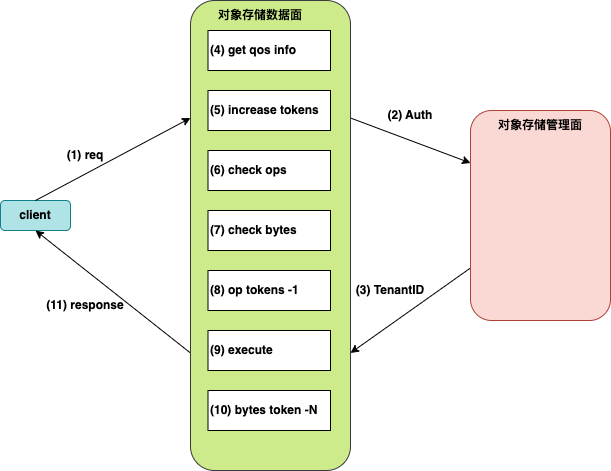
The draw.io diagram AOSS-2.0/对象存储 2.0-qos.drawio.png in SomXinBingKuang/pictures, before a commit. Source tidied: cells renumbered, new cells last; positions are measured from the earlier drawing's top-left corner, leaving out a move shared by most shapes. The source it was exported from:
```xml
<mxGraphModel>
  <root>
    <mxCell id="0" />
    <mxCell id="1" parent="0" />
    <mxCell id="2" value="client" style="rounded=1;whiteSpace=wrap;html=1;fontStyle=1;fillColor=#b0e3e6;strokeColor=#0e8088;" parent="1" vertex="1">
      <mxGeometry y="200" width="70" height="30" as="geometry" />
    </mxCell>
    <mxCell id="3" style="rounded=0;jettySize=auto;html=1;exitX=1;exitY=0.25;exitDx=0;exitDy=0;entryX=0;entryY=0.25;entryDx=0;entryDy=0;" parent="1" edge="1" source="5" target="8">
      <mxGeometry relative="1" as="geometry" />
    </mxCell>
    <mxCell id="4" style="rounded=0;jettySize=auto;html=1;exitX=0;exitY=0.75;exitDx=0;exitDy=0;entryX=0.5;entryY=1;entryDx=0;entryDy=0;" parent="1" edge="1" source="5" target="2">
      <mxGeometry relative="1" as="geometry" />
    </mxCell>
    <mxCell id="5" style="rounded=1;whiteSpace=wrap;html=1;fillColor=#cdeb8b;strokeColor=#36393d;" parent="1" vertex="1">
      <mxGeometry x="190" width="160" height="470" as="geometry" />
    </mxCell>
    <mxCell id="6" value="对象存储数据面" style="text;html=1;strokeColor=none;fillColor=none;align=center;verticalAlign=middle;whiteSpace=wrap;rounded=0;fontStyle=1;" parent="1" vertex="1">
      <mxGeometry x="210" width="100" height="30" as="geometry" />
    </mxCell>
    <mxCell id="7" style="rounded=0;jettySize=auto;html=1;exitX=0;exitY=0.75;exitDx=0;exitDy=0;entryX=1;entryY=0.75;entryDx=0;entryDy=0;" parent="1" edge="1" source="8" target="5">
      <mxGeometry relative="1" as="geometry" />
    </mxCell>
    <mxCell id="8" style="rounded=1;whiteSpace=wrap;html=1;fillColor=#fad9d5;strokeColor=#ae4132;" parent="1" vertex="1">
      <mxGeometry x="470" y="110" width="140" height="210" as="geometry" />
    </mxCell>
    <mxCell id="9" value="对象存储管理面" style="text;html=1;strokeColor=none;fillColor=none;align=center;verticalAlign=middle;whiteSpace=wrap;rounded=0;fontStyle=1;" parent="1" vertex="1">
      <mxGeometry x="490" y="110" width="100" height="30" as="geometry" />
    </mxCell>
    <mxCell id="10" style="endArrow=classic;html=1;rounded=0;exitX=0.5;exitY=0;exitDx=0;exitDy=0;entryX=0;entryY=0.25;entryDx=0;entryDy=0;" parent="1" edge="1" source="2" target="5">
      <mxGeometry relative="1" as="geometry" />
    </mxCell>
    <mxCell id="11" value="&lt;b&gt;(1) req&lt;/b&gt;" style="text;html=1;strokeColor=none;fillColor=none;align=center;verticalAlign=middle;whiteSpace=wrap;rounded=0;" parent="1" vertex="1">
      <mxGeometry x="55" y="140" width="60" height="30" as="geometry" />
    </mxCell>
    <mxCell id="12" value="&lt;b&gt;(2) Auth&lt;/b&gt;" style="text;html=1;strokeColor=none;fillColor=none;align=center;verticalAlign=middle;whiteSpace=wrap;rounded=0;" parent="1" vertex="1">
      <mxGeometry x="380" y="100" width="60" height="30" as="geometry" />
    </mxCell>
    <mxCell id="13" value="&lt;b&gt;(3) TenantID&lt;/b&gt;" style="text;html=1;strokeColor=none;fillColor=none;align=center;verticalAlign=middle;whiteSpace=wrap;rounded=0;" parent="1" vertex="1">
      <mxGeometry x="350" y="275" width="80" height="30" as="geometry" />
    </mxCell>
    <mxCell id="14" value="(4) get qos info" style="rounded=0;whiteSpace=wrap;html=1;align=left;fontStyle=1;" parent="1" vertex="1">
      <mxGeometry x="207.5" y="30" width="122.5" height="40" as="geometry" />
    </mxCell>
    <mxCell id="15" value="(5)&amp;nbsp;increase tokens" style="rounded=0;whiteSpace=wrap;html=1;align=left;fontStyle=1;" parent="1" vertex="1">
      <mxGeometry x="207.5" y="90" width="122.5" height="40" as="geometry" />
    </mxCell>
    <mxCell id="16" value="(6)&amp;nbsp;check ops" style="rounded=0;whiteSpace=wrap;html=1;align=left;fontStyle=1;" parent="1" vertex="1">
      <mxGeometry x="207.5" y="150" width="122.5" height="40" as="geometry" />
    </mxCell>
    <mxCell id="17" value="(7)&amp;nbsp;check bytes" style="rounded=0;whiteSpace=wrap;html=1;align=left;fontStyle=1;" parent="1" vertex="1">
      <mxGeometry x="207.5" y="210" width="122.5" height="40" as="geometry" />
    </mxCell>
    <mxCell id="18" value="(8)&amp;nbsp;op tokens -1" style="rounded=0;whiteSpace=wrap;html=1;align=left;fontStyle=1;" parent="1" vertex="1">
      <mxGeometry x="207.5" y="270" width="122.5" height="40" as="geometry" />
    </mxCell>
    <mxCell id="19" value="(9) execute" style="rounded=0;whiteSpace=wrap;html=1;align=left;fontStyle=1;" parent="1" vertex="1">
      <mxGeometry x="207.5" y="330" width="122.5" height="40" as="geometry" />
    </mxCell>
    <mxCell id="20" value="(10) bytes token -N" style="rounded=0;whiteSpace=wrap;html=1;align=left;fontStyle=1;" parent="1" vertex="1">
      <mxGeometry x="207.5" y="390" width="122.5" height="40" as="geometry" />
    </mxCell>
    <mxCell id="21" value="&lt;b&gt;(11) response&lt;/b&gt;" style="text;html=1;strokeColor=none;fillColor=none;align=center;verticalAlign=middle;whiteSpace=wrap;rounded=0;" parent="1" vertex="1">
      <mxGeometry x="40" y="290" width="90" height="30" as="geometry" />
    </mxCell>
  </root>
</mxGraphModel>
```
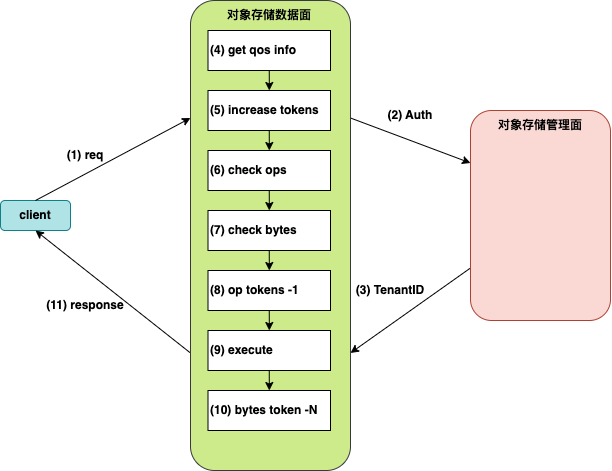
The same file after the commit.

Commit message:
已添加 对象存储 2.0-qos.drawio.png

The edit, as a diff of the source:
```diff
@@ -15,7 +15,7 @@
       <mxGeometry x="190" width="160" height="470" as="geometry" />
     </mxCell>
     <mxCell id="6" value="对象存储数据面" style="text;html=1;strokeColor=none;fillColor=none;align=center;verticalAlign=middle;whiteSpace=wrap;rounded=0;fontStyle=1;" parent="1" vertex="1">
-      <mxGeometry x="210" width="100" height="30" as="geometry" />
+      <mxGeometry x="218.8" width="100" height="30" as="geometry" />
     </mxCell>
     <mxCell id="7" style="rounded=0;jettySize=auto;html=1;exitX=0;exitY=0.75;exitDx=0;exitDy=0;entryX=1;entryY=0.75;entryDx=0;entryDy=0;" parent="1" edge="1" source="8" target="5">
       <mxGeometry relative="1" as="geometry" />
@@ -38,21 +38,39 @@
     <mxCell id="13" value="&lt;b&gt;(3) TenantID&lt;/b&gt;" style="text;html=1;strokeColor=none;fillColor=none;align=center;verticalAlign=middle;whiteSpace=wrap;rounded=0;" parent="1" vertex="1">
       <mxGeometry x="350" y="275" width="80" height="30" as="geometry" />
     </mxCell>
+    <mxCell id="22" style="edgeStyle=orthogonalEdgeStyle;rounded=0;jettySize=auto;html=1;exitX=0.5;exitY=1;exitDx=0;exitDy=0;" parent="1" edge="1" source="14" target="15">
+      <mxGeometry relative="1" as="geometry" />
+    </mxCell>
     <mxCell id="14" value="(4) get qos info" style="rounded=0;whiteSpace=wrap;html=1;align=left;fontStyle=1;" parent="1" vertex="1">
       <mxGeometry x="207.5" y="30" width="122.5" height="40" as="geometry" />
     </mxCell>
+    <mxCell id="23" style="edgeStyle=orthogonalEdgeStyle;rounded=0;jettySize=auto;html=1;exitX=0.5;exitY=1;exitDx=0;exitDy=0;" parent="1" edge="1" source="15" target="16">
+      <mxGeometry relative="1" as="geometry" />
+    </mxCell>
     <mxCell id="15" value="(5)&amp;nbsp;increase tokens" style="rounded=0;whiteSpace=wrap;html=1;align=left;fontStyle=1;" parent="1" vertex="1">
       <mxGeometry x="207.5" y="90" width="122.5" height="40" as="geometry" />
     </mxCell>
+    <mxCell id="24" style="edgeStyle=orthogonalEdgeStyle;rounded=0;jettySize=auto;html=1;exitX=0.5;exitY=1;exitDx=0;exitDy=0;" parent="1" edge="1" source="16" target="17">
+      <mxGeometry relative="1" as="geometry" />
+    </mxCell>
     <mxCell id="16" value="(6)&amp;nbsp;check ops" style="rounded=0;whiteSpace=wrap;html=1;align=left;fontStyle=1;" parent="1" vertex="1">
       <mxGeometry x="207.5" y="150" width="122.5" height="40" as="geometry" />
     </mxCell>
+    <mxCell id="25" style="edgeStyle=orthogonalEdgeStyle;rounded=0;jettySize=auto;html=1;exitX=0.5;exitY=1;exitDx=0;exitDy=0;" parent="1" edge="1" source="17" target="18">
+      <mxGeometry relative="1" as="geometry" />
+    </mxCell>
     <mxCell id="17" value="(7)&amp;nbsp;check bytes" style="rounded=0;whiteSpace=wrap;html=1;align=left;fontStyle=1;" parent="1" vertex="1">
       <mxGeometry x="207.5" y="210" width="122.5" height="40" as="geometry" />
     </mxCell>
+    <mxCell id="26" style="edgeStyle=orthogonalEdgeStyle;rounded=0;jettySize=auto;html=1;exitX=0.5;exitY=1;exitDx=0;exitDy=0;" parent="1" edge="1" source="18" target="19">
+      <mxGeometry relative="1" as="geometry" />
+    </mxCell>
     <mxCell id="18" value="(8)&amp;nbsp;op tokens -1" style="rounded=0;whiteSpace=wrap;html=1;align=left;fontStyle=1;" parent="1" vertex="1">
       <mxGeometry x="207.5" y="270" width="122.5" height="40" as="geometry" />
     </mxCell>
+    <mxCell id="27" style="edgeStyle=orthogonalEdgeStyle;rounded=0;jettySize=auto;html=1;exitX=0.5;exitY=1;exitDx=0;exitDy=0;" parent="1" edge="1" source="19" target="20">
+      <mxGeometry relative="1" as="geometry" />
+    </mxCell>
     <mxCell id="19" value="(9) execute" style="rounded=0;whiteSpace=wrap;html=1;align=left;fontStyle=1;" parent="1" vertex="1">
       <mxGeometry x="207.5" y="330" width="122.5" height="40" as="geometry" />
     </mxCell>
```
